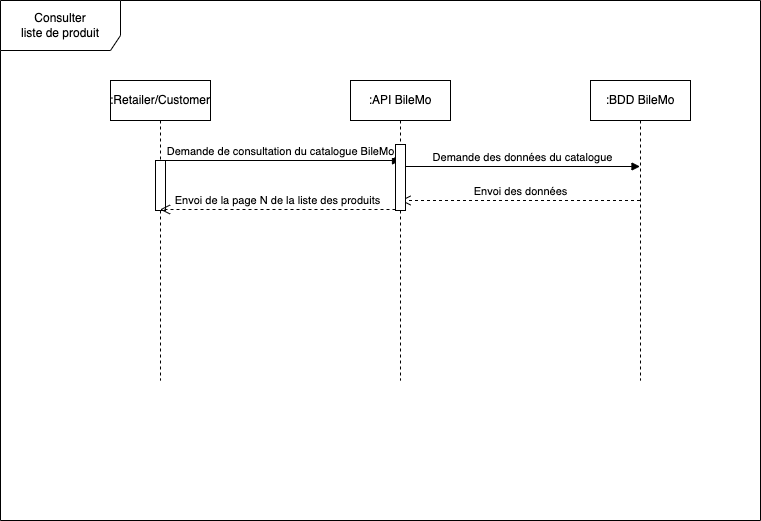
The draw.io diagram _UML/D.sq_consultation_liste_de_produit_BileMo.drawio.png in Fossette7/bilemo, before a commit. Source tidied: cells renumbered, new cells last; positions are measured from the earlier drawing's top-left corner, leaving out a move shared by most shapes. Source of this version:
```xml
<mxGraphModel>
  <root>
    <mxCell id="0" />
    <mxCell id="1" parent="0" />
    <mxCell id="2" value="Consulter&lt;br&gt;liste de produit" style="shape=umlFrame;whiteSpace=wrap;html=1;width=120;height=50;" parent="1" vertex="1">
      <mxGeometry width="760" height="520" as="geometry" />
    </mxCell>
    <mxCell id="3" value=":Retailer/Customer" style="shape=umlLifeline;perimeter=lifelinePerimeter;whiteSpace=wrap;html=1;outlineConnect=0;" parent="1" vertex="1">
      <mxGeometry x="110" y="80" width="100" height="300" as="geometry" />
    </mxCell>
    <mxCell id="4" style="html=1;perimeter=orthogonalPerimeter;" parent="3" vertex="1">
      <mxGeometry x="45" y="80" width="10" height="50" as="geometry" />
    </mxCell>
    <mxCell id="5" value=":API BileMo" style="shape=umlLifeline;perimeter=lifelinePerimeter;whiteSpace=wrap;html=1;" parent="1" vertex="1">
      <mxGeometry x="350" y="80" width="100" height="300" as="geometry" />
    </mxCell>
    <mxCell id="6" value="Demande des données du catalogue" style="html=1;verticalAlign=bottom;endArrow=block;rounded=0;" parent="5" edge="1" source="11">
      <mxGeometry relative="1" as="geometry">
        <mxPoint x="289.5" y="86" as="targetPoint" />
      </mxGeometry>
    </mxCell>
    <mxCell id="7" value="Envoi des données" style="html=1;verticalAlign=bottom;endArrow=open;dashed=1;endSize=8;rounded=0;" parent="5" edge="1" source="8">
      <mxGeometry relative="1" as="geometry">
        <mxPoint x="50" y="120" as="targetPoint" />
      </mxGeometry>
    </mxCell>
    <mxCell id="8" value=":BDD BileMo" style="shape=umlLifeline;perimeter=lifelinePerimeter;whiteSpace=wrap;html=1;outlineConnect=0;" parent="1" vertex="1">
      <mxGeometry x="590" y="80" width="100" height="300" as="geometry" />
    </mxCell>
    <mxCell id="9" value="Demande de consultation du catalogue BileMo" style="html=1;verticalAlign=bottom;endArrow=block;rounded=0;" parent="1" edge="1" source="3">
      <mxGeometry relative="1" as="geometry">
        <mxPoint x="400" y="160" as="targetPoint" />
      </mxGeometry>
    </mxCell>
    <mxCell id="10" value="Envoi de la page N de la liste des produits" style="html=1;verticalAlign=bottom;endArrow=open;dashed=1;endSize=8;rounded=0;startArrow=none;" parent="1" edge="1">
      <mxGeometry relative="1" as="geometry">
        <mxPoint x="395" y="209" as="sourcePoint" />
        <mxPoint x="159.5" y="209" as="targetPoint" />
      </mxGeometry>
    </mxCell>
    <mxCell id="11" style="html=1;points=[];perimeter=orthogonalPerimeter;" parent="1" vertex="1">
      <mxGeometry x="395" y="144" width="10" height="66" as="geometry" />
    </mxCell>
    <mxCell id="12" style="html=1;verticalAlign=bottom;endArrow=none;dashed=1;endSize=8;rounded=0;" parent="1" edge="1" target="11">
      <mxGeometry relative="1" as="geometry">
        <mxPoint x="400" y="210" as="sourcePoint" />
      </mxGeometry>
    </mxCell>
  </root>
</mxGraphModel>
```
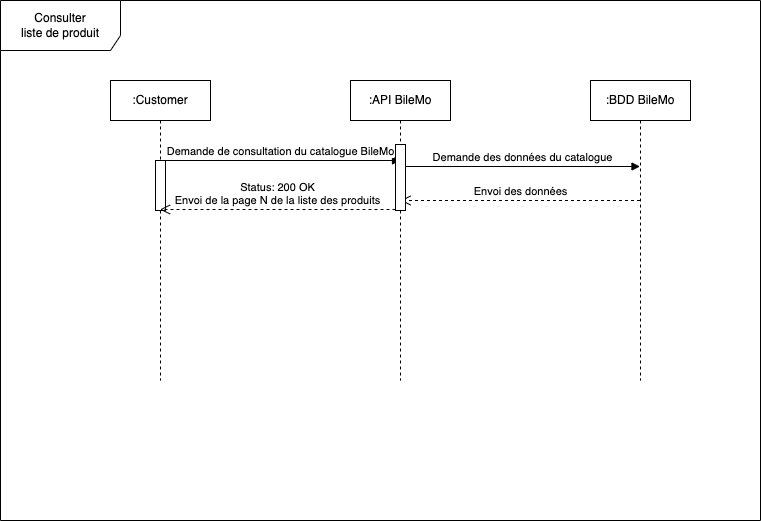
The same diagram one commit later.

Change to the diagram source:
```diff
@@ -5,7 +5,7 @@
     <mxCell id="2" value="Consulter&lt;br&gt;liste de produit" style="shape=umlFrame;whiteSpace=wrap;html=1;width=120;height=50;" parent="1" vertex="1">
       <mxGeometry width="760" height="520" as="geometry" />
     </mxCell>
-    <mxCell id="3" value=":Retailer/Customer" style="shape=umlLifeline;perimeter=lifelinePerimeter;whiteSpace=wrap;html=1;outlineConnect=0;" parent="1" vertex="1">
+    <mxCell id="3" value=":Customer" style="shape=umlLifeline;perimeter=lifelinePerimeter;whiteSpace=wrap;html=1;outlineConnect=0;" parent="1" vertex="1">
       <mxGeometry x="110" y="80" width="100" height="300" as="geometry" />
     </mxCell>
     <mxCell id="4" style="html=1;perimeter=orthogonalPerimeter;" parent="3" vertex="1">
@@ -32,7 +32,7 @@
         <mxPoint x="400" y="160" as="targetPoint" />
       </mxGeometry>
     </mxCell>
-    <mxCell id="10" value="Envoi de la page N de la liste des produits" style="html=1;verticalAlign=bottom;endArrow=open;dashed=1;endSize=8;rounded=0;startArrow=none;" parent="1" edge="1">
+    <mxCell id="10" value="Status: 200 OK&lt;br&gt;Envoi de la page N de la liste des produits" style="html=1;verticalAlign=bottom;endArrow=open;dashed=1;endSize=8;rounded=0;startArrow=none;" parent="1" edge="1">
       <mxGeometry relative="1" as="geometry">
         <mxPoint x="395" y="209" as="sourcePoint" />
         <mxPoint x="159.5" y="209" as="targetPoint" />
```
